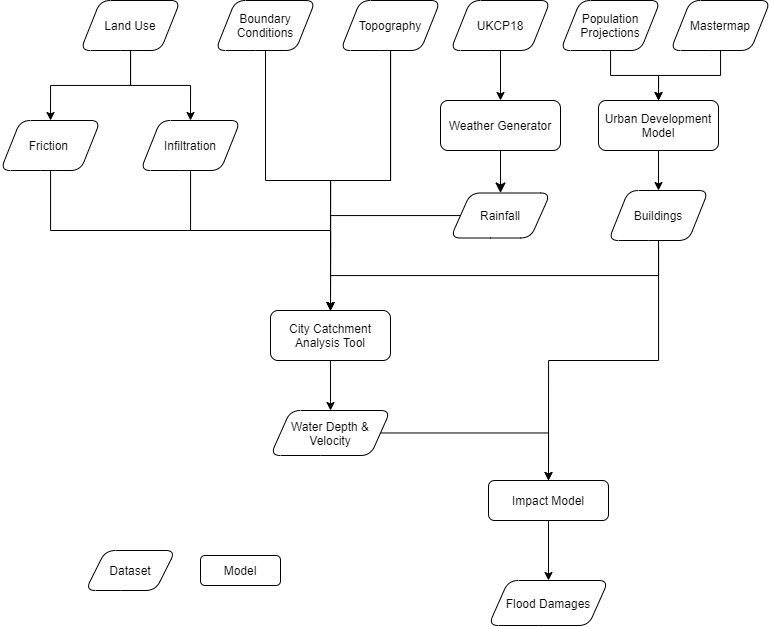
Above: flood/openclim-flood-workflow.png in OpenCLIM/workflow-diagrams (draw.io), before the change. Source tidied: cells renumbered, new cells last; positions are measured from the earlier drawing's top-left corner, leaving out a move shared by most shapes.
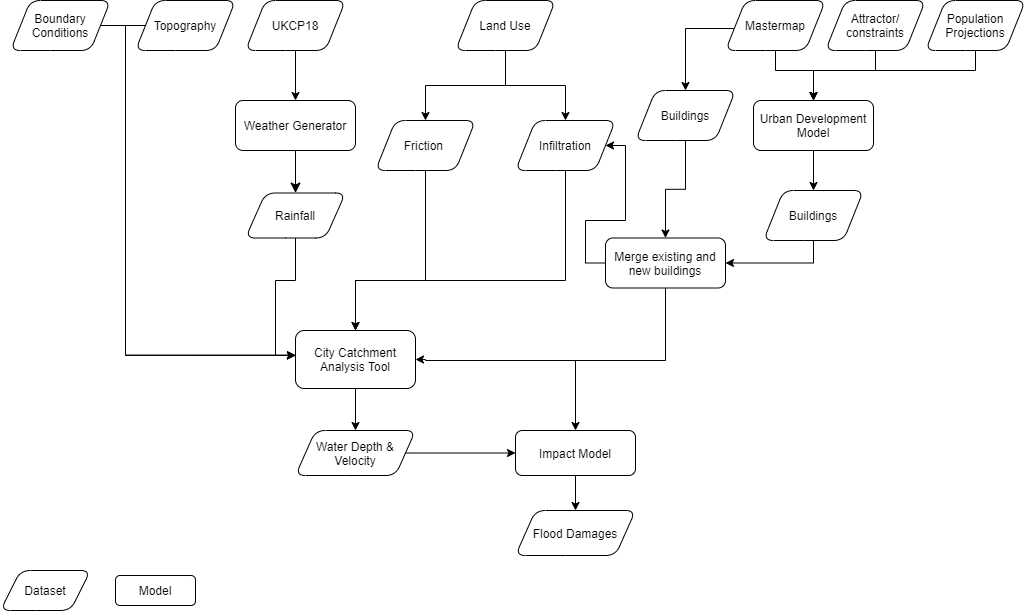
Later version of the same file.

Commit message:
removed pdfs and svgs and updated flood png

Change to the diagram source:
```diff
@@ -6,63 +6,84 @@
       <mxGeometry relative="1" as="geometry" />
     </mxCell>
     <mxCell id="3" value="Weather Generator" style="rounded=1;whiteSpace=wrap;html=1;fontSize=12;glass=0;strokeWidth=1;shadow=0;" parent="1" vertex="1">
-      <mxGeometry x="440" y="100" width="120" height="50" as="geometry" />
+      <mxGeometry x="320" y="80" width="120" height="50" as="geometry" />
     </mxCell>
     <mxCell id="4" style="edgeStyle=orthogonalEdgeStyle;rounded=0;jettySize=auto;html=1;" parent="1" edge="1" source="5" target="3">
       <mxGeometry relative="1" as="geometry" />
     </mxCell>
     <mxCell id="5" value="UKCP18" style="shape=parallelogram;perimeter=parallelogramPerimeter;whiteSpace=wrap;html=1;fixedSize=1;rounded=1;" parent="1" vertex="1">
-      <mxGeometry x="450" width="100" height="50" as="geometry" />
+      <mxGeometry x="330" y="-20" width="100" height="50" as="geometry" />
     </mxCell>
-    <mxCell id="6" style="edgeStyle=orthogonalEdgeStyle;rounded=0;jettySize=auto;html=1;entryX=0.5;entryY=0;entryDx=0;entryDy=0;exitX=0.5;exitY=1;exitDx=0;exitDy=0;" parent="1" edge="1" source="15" target="25">
-      <mxGeometry relative="1" as="geometry" />
-    </mxCell>
-    <mxCell id="7" style="edgeStyle=orthogonalEdgeStyle;rounded=0;jettySize=auto;html=1;entryX=0.5;entryY=0;entryDx=0;entryDy=0;" parent="1" edge="1" source="8" target="10">
-      <mxGeometry relative="1" as="geometry" />
+    <mxCell id="7" style="edgeStyle=orthogonalEdgeStyle;rounded=0;jettySize=auto;html=1;entryX=0.5;entryY=0;entryDx=0;entryDy=0;exitX=0.5;exitY=1;exitDx=0;exitDy=0;" parent="1" edge="1" source="8" target="10">
+      <mxGeometry relative="1" as="geometry">
+        <Array as="points">
+          <mxPoint x="1060" y="50" />
+          <mxPoint x="898" y="50" />
+        </Array>
+      </mxGeometry>
     </mxCell>
     <mxCell id="8" value="Population Projections" style="shape=parallelogram;perimeter=parallelogramPerimeter;whiteSpace=wrap;html=1;fixedSize=1;rounded=1;" parent="1" vertex="1">
-      <mxGeometry x="560" width="100" height="50" as="geometry" />
+      <mxGeometry x="1010" y="-20" width="100" height="50" as="geometry" />
     </mxCell>
     <mxCell id="9" style="edgeStyle=orthogonalEdgeStyle;rounded=0;jettySize=auto;html=1;exitX=0.5;exitY=1;exitDx=0;exitDy=0;entryX=0.5;entryY=0;entryDx=0;entryDy=0;" parent="1" edge="1" source="10" target="15">
       <mxGeometry relative="1" as="geometry" />
     </mxCell>
     <mxCell id="10" value="Urban Development Model" style="rounded=1;whiteSpace=wrap;html=1;fontSize=12;glass=0;strokeWidth=1;shadow=0;" parent="1" vertex="1">
-      <mxGeometry x="598" y="100" width="120" height="50" as="geometry" />
+      <mxGeometry x="838" y="80" width="120" height="50" as="geometry" />
     </mxCell>
-    <mxCell id="11" style="edgeStyle=orthogonalEdgeStyle;rounded=0;jettySize=auto;html=1;entryX=0.5;entryY=0;entryDx=0;entryDy=0;" parent="1" edge="1" source="32" target="25">
-      <mxGeometry relative="1" as="geometry" />
-    </mxCell>
-    <mxCell id="12" style="edgeStyle=orthogonalEdgeStyle;rounded=0;jettySize=auto;html=1;entryX=0.5;entryY=0;entryDx=0;entryDy=0;" parent="1" edge="1" source="13" target="25">
-      <mxGeometry relative="1" as="geometry" />
+    <mxCell id="12" style="edgeStyle=orthogonalEdgeStyle;rounded=0;jettySize=auto;html=1;entryX=-0.001;entryY=0.43;entryDx=0;entryDy=0;entryPerimeter=0;" parent="1" edge="1" source="13" target="25">
+      <mxGeometry relative="1" as="geometry">
+        <Array as="points">
+          <mxPoint x="210" y="5" />
+          <mxPoint x="210" y="335" />
+        </Array>
+      </mxGeometry>
     </mxCell>
     <mxCell id="13" value="Boundary Conditions" style="shape=parallelogram;perimeter=parallelogramPerimeter;whiteSpace=wrap;html=1;fixedSize=1;rounded=1;" parent="1" vertex="1">
-      <mxGeometry x="215" width="100" height="50" as="geometry" />
+      <mxGeometry x="95" y="-20" width="100" height="50" as="geometry" />
     </mxCell>
-    <mxCell id="14" style="edgeStyle=orthogonalEdgeStyle;rounded=0;jettySize=auto;html=1;entryX=0.5;entryY=0;entryDx=0;entryDy=0;" parent="1" edge="1" source="15" target="36">
-      <mxGeometry relative="1" as="geometry" />
-    </mxCell>
+    <mxCell id="38" style="edgeStyle=orthogonalEdgeStyle;rounded=0;jettySize=auto;html=1;exitX=0.5;exitY=1;exitDx=0;exitDy=0;" parent="1" edge="1" source="15" target="45">
+      <mxGeometry relative="1" as="geometry" />
+    </mxCell>
     <mxCell id="15" value="Buildings" style="shape=parallelogram;perimeter=parallelogramPerimeter;whiteSpace=wrap;html=1;fixedSize=1;rounded=1;" parent="1" vertex="1">
-      <mxGeometry x="608" y="190" width="100" height="50" as="geometry" />
+      <mxGeometry x="848" y="170" width="100" height="50" as="geometry" />
     </mxCell>
     <mxCell id="16" style="edgeStyle=orthogonalEdgeStyle;rounded=0;jettySize=auto;html=1;entryX=0.5;entryY=0;entryDx=0;entryDy=0;" parent="1" edge="1" source="17" target="10">
-      <mxGeometry relative="1" as="geometry" />
+      <mxGeometry relative="1" as="geometry">
+        <Array as="points">
+          <mxPoint x="860" y="50" />
+          <mxPoint x="898" y="50" />
+        </Array>
+      </mxGeometry>
     </mxCell>
+    <mxCell id="39" style="edgeStyle=orthogonalEdgeStyle;rounded=0;jettySize=auto;html=1;entryX=0.5;entryY=0;entryDx=0;entryDy=0;" parent="1" edge="1" source="17" target="41">
+      <mxGeometry relative="1" as="geometry">
+        <Array as="points">
+          <mxPoint x="770" y="8" />
+        </Array>
+      </mxGeometry>
+    </mxCell>
     <mxCell id="17" value="Mastermap" style="shape=parallelogram;perimeter=parallelogramPerimeter;whiteSpace=wrap;html=1;fixedSize=1;rounded=1;" parent="1" vertex="1">
-      <mxGeometry x="670" width="100" height="50" as="geometry" />
+      <mxGeometry x="810" y="-20" width="100" height="50" as="geometry" />
     </mxCell>
-    <mxCell id="18" style="edgeStyle=orthogonalEdgeStyle;rounded=0;jettySize=auto;html=1;entryX=0.5;entryY=0;entryDx=0;entryDy=0;" parent="1" edge="1" source="32" target="25">
-      <mxGeometry relative="1" as="geometry" />
+    <mxCell id="18" style="edgeStyle=orthogonalEdgeStyle;rounded=0;jettySize=auto;html=1;entryX=0;entryY=0.424;entryDx=0;entryDy=0;entryPerimeter=0;" parent="1" edge="1" source="32" target="25">
+      <mxGeometry relative="1" as="geometry">
+        <Array as="points">
+          <mxPoint x="210" y="5" />
+          <mxPoint x="210" y="335" />
+        </Array>
+      </mxGeometry>
     </mxCell>
     <mxCell id="19" style="edgeStyle=orthogonalEdgeStyle;rounded=0;jettySize=auto;html=1;entryX=0.5;entryY=0;entryDx=0;entryDy=0;" parent="1" edge="1" source="20" target="25">
       <mxGeometry relative="1" as="geometry">
         <Array as="points">
-          <mxPoint x="50" y="230" />
-          <mxPoint x="330" y="230" />
+          <mxPoint x="510" y="260" />
+          <mxPoint x="440" y="260" />
         </Array>
       </mxGeometry>
     </mxCell>
     <mxCell id="20" value="Friction&amp;nbsp;" style="shape=parallelogram;perimeter=parallelogramPerimeter;whiteSpace=wrap;html=1;fixedSize=1;rounded=1;" parent="1" vertex="1">
-      <mxGeometry y="120" width="100" height="50" as="geometry" />
+      <mxGeometry x="460" y="100" width="100" height="50" as="geometry" />
     </mxCell>
     <mxCell id="21" style="edgeStyle=orthogonalEdgeStyle;rounded=0;jettySize=auto;html=1;entryX=0.5;entryY=0;entryDx=0;entryDy=0;" parent="1" edge="1" source="23" target="31">
       <mxGeometry relative="1" as="geometry" />
@@ -71,19 +92,25 @@
       <mxGeometry relative="1" as="geometry" />
     </mxCell>
     <mxCell id="23" value="Land Use" style="shape=parallelogram;perimeter=parallelogramPerimeter;whiteSpace=wrap;html=1;fixedSize=1;rounded=1;" parent="1" vertex="1">
-      <mxGeometry x="80" width="100" height="50" as="geometry" />
+      <mxGeometry x="540" y="-20" width="100" height="50" as="geometry" />
     </mxCell>
     <mxCell id="24" style="edgeStyle=orthogonalEdgeStyle;rounded=0;jettySize=auto;html=1;entryX=0.5;entryY=0;entryDx=0;entryDy=0;" parent="1" edge="1" source="25" target="34">
       <mxGeometry relative="1" as="geometry" />
     </mxCell>
     <mxCell id="25" value="City Catchment Analysis Tool" style="rounded=1;whiteSpace=wrap;html=1;fontSize=12;glass=0;strokeWidth=1;shadow=0;" parent="1" vertex="1">
-      <mxGeometry x="270" y="310" width="120" height="50" as="geometry" />
+      <mxGeometry x="380" y="310" width="120" height="58" as="geometry" />
     </mxCell>
-    <mxCell id="26" style="edgeStyle=orthogonalEdgeStyle;rounded=0;jettySize=auto;html=1;entryX=0.5;entryY=0;entryDx=0;entryDy=0;" parent="1" edge="1" source="27" target="25">
-      <mxGeometry relative="1" as="geometry" />
+    <mxCell id="26" style="edgeStyle=orthogonalEdgeStyle;rounded=0;jettySize=auto;html=1;" parent="1" edge="1" source="27" target="25">
+      <mxGeometry relative="1" as="geometry">
+        <Array as="points">
+          <mxPoint x="380" y="260" />
+          <mxPoint x="360" y="260" />
+          <mxPoint x="360" y="335" />
+        </Array>
+      </mxGeometry>
     </mxCell>
     <mxCell id="27" value="Rainfall" style="shape=parallelogram;perimeter=parallelogramPerimeter;whiteSpace=wrap;html=1;fixedSize=1;rounded=1;" parent="1" vertex="1">
-      <mxGeometry x="450" y="192.5" width="100" height="45" as="geometry" />
+      <mxGeometry x="330" y="172.5" width="100" height="45" as="geometry" />
     </mxCell>
     <mxCell id="28" value="Dataset" style="shape=parallelogram;perimeter=parallelogramPerimeter;whiteSpace=wrap;html=1;fixedSize=1;rounded=1;" parent="1" vertex="1">
       <mxGeometry x="85" y="550" width="90" height="40" as="geometry" />
@@ -94,31 +121,77 @@
     <mxCell id="30" style="edgeStyle=orthogonalEdgeStyle;rounded=0;jettySize=auto;html=1;entryX=0.5;entryY=0;entryDx=0;entryDy=0;" parent="1" edge="1" source="31" target="25">
       <mxGeometry relative="1" as="geometry">
         <Array as="points">
-          <mxPoint x="190" y="230" />
-          <mxPoint x="330" y="230" />
+          <mxPoint x="650" y="260" />
+          <mxPoint x="440" y="260" />
         </Array>
       </mxGeometry>
     </mxCell>
     <mxCell id="31" value="Infiltration" style="shape=parallelogram;perimeter=parallelogramPerimeter;whiteSpace=wrap;html=1;fixedSize=1;rounded=1;" parent="1" vertex="1">
-      <mxGeometry x="140" y="120" width="100" height="50" as="geometry" />
+      <mxGeometry x="600" y="100" width="100" height="50" as="geometry" />
     </mxCell>
     <mxCell id="32" value="Topography" style="shape=parallelogram;perimeter=parallelogramPerimeter;whiteSpace=wrap;html=1;fixedSize=1;rounded=1;" parent="1" vertex="1">
-      <mxGeometry x="340" width="100" height="50" as="geometry" />
+      <mxGeometry x="220" y="-20" width="100" height="50" as="geometry" />
     </mxCell>
-    <mxCell id="33" style="edgeStyle=orthogonalEdgeStyle;rounded=0;jettySize=auto;html=1;entryX=0.5;entryY=0;entryDx=0;entryDy=0;" parent="1" edge="1" source="34" target="36">
+    <mxCell id="33" style="edgeStyle=orthogonalEdgeStyle;rounded=0;jettySize=auto;html=1;entryX=0;entryY=0.5;entryDx=0;entryDy=0;" parent="1" edge="1" source="34" target="36">
       <mxGeometry relative="1" as="geometry" />
     </mxCell>
     <mxCell id="34" value="Water Depth &amp;amp; Velocity" style="shape=parallelogram;perimeter=parallelogramPerimeter;whiteSpace=wrap;html=1;fixedSize=1;rounded=1;" parent="1" vertex="1">
-      <mxGeometry x="270" y="410" width="120" height="45" as="geometry" />
+      <mxGeometry x="380" y="410" width="120" height="45" as="geometry" />
     </mxCell>
     <mxCell id="35" style="edgeStyle=orthogonalEdgeStyle;rounded=0;jettySize=auto;html=1;entryX=0.5;entryY=0;entryDx=0;entryDy=0;" parent="1" edge="1" source="36" target="37">
       <mxGeometry relative="1" as="geometry" />
     </mxCell>
     <mxCell id="36" value="Impact Model" style="rounded=1;whiteSpace=wrap;html=1;" parent="1" vertex="1">
-      <mxGeometry x="488" y="480" width="120" height="40" as="geometry" />
+      <mxGeometry x="600" y="410" width="120" height="45" as="geometry" />
     </mxCell>
     <mxCell id="37" value="Flood Damages" style="shape=parallelogram;perimeter=parallelogramPerimeter;whiteSpace=wrap;html=1;fixedSize=1;rounded=1;" parent="1" vertex="1">
-      <mxGeometry x="488" y="580" width="120" height="45" as="geometry" />
+      <mxGeometry x="600" y="490" width="120" height="45" as="geometry" />
     </mxCell>
+    <mxCell id="40" style="edgeStyle=orthogonalEdgeStyle;rounded=0;jettySize=auto;html=1;" parent="1" edge="1" source="41" target="45">
+      <mxGeometry relative="1" as="geometry" />
+    </mxCell>
+    <mxCell id="41" value="Buildings" style="shape=parallelogram;perimeter=parallelogramPerimeter;whiteSpace=wrap;html=1;fixedSize=1;rounded=1;" parent="1" vertex="1">
+      <mxGeometry x="720" y="70" width="100" height="50" as="geometry" />
+    </mxCell>
+    <mxCell id="42" style="edgeStyle=orthogonalEdgeStyle;rounded=0;jettySize=auto;html=1;" parent="1" edge="1" source="45" target="36">
+      <mxGeometry relative="1" as="geometry">
+        <Array as="points">
+          <mxPoint x="750" y="340" />
+          <mxPoint x="660" y="340" />
+        </Array>
+      </mxGeometry>
+    </mxCell>
+    <mxCell id="43" style="edgeStyle=orthogonalEdgeStyle;rounded=0;jettySize=auto;html=1;entryX=1;entryY=0.5;entryDx=0;entryDy=0;" parent="1" edge="1" source="45" target="25">
+      <mxGeometry relative="1" as="geometry">
+        <Array as="points">
+          <mxPoint x="750" y="340" />
+          <mxPoint x="510" y="340" />
+        </Array>
+      </mxGeometry>
+    </mxCell>
+    <mxCell id="44" style="edgeStyle=orthogonalEdgeStyle;rounded=0;jettySize=auto;html=1;entryX=1;entryY=0.5;entryDx=0;entryDy=0;exitX=0;exitY=0.5;exitDx=0;exitDy=0;" parent="1" edge="1" source="45" target="31">
+      <mxGeometry relative="1" as="geometry">
+        <Array as="points">
+          <mxPoint x="670" y="243" />
+          <mxPoint x="670" y="200" />
+          <mxPoint x="710" y="200" />
+          <mxPoint x="710" y="125" />
+        </Array>
+      </mxGeometry>
+    </mxCell>
+    <mxCell id="45" value="Merge existing and new buildings" style="rounded=1;whiteSpace=wrap;html=1;fontSize=12;glass=0;strokeWidth=1;shadow=0;" parent="1" vertex="1">
+      <mxGeometry x="690" y="217.5" width="120" height="50" as="geometry" />
+    </mxCell>
+    <mxCell id="46" style="edgeStyle=orthogonalEdgeStyle;rounded=0;jettySize=auto;html=1;" parent="1" edge="1" source="47" target="10">
+      <mxGeometry relative="1" as="geometry">
+        <Array as="points">
+          <mxPoint x="960" y="50" />
+          <mxPoint x="898" y="50" />
+        </Array>
+      </mxGeometry>
+    </mxCell>
+    <mxCell id="47" value="&lt;div&gt;Attractor/&lt;/div&gt;&lt;div&gt;constraints&lt;/div&gt;" style="shape=parallelogram;perimeter=parallelogramPerimeter;whiteSpace=wrap;html=1;fixedSize=1;rounded=1;" parent="1" vertex="1">
+      <mxGeometry x="910" y="-20" width="100" height="50" as="geometry" />
+    </mxCell>
   </root>
 </mxGraphModel>
```
